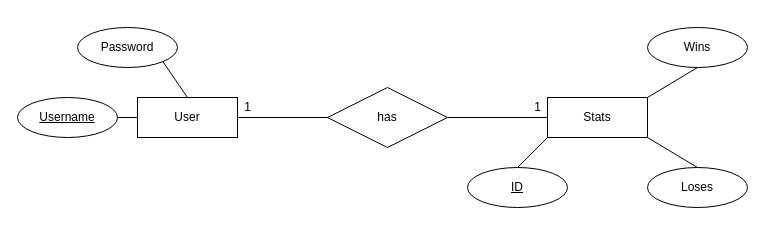
The draw.io diagram ER-Diagram.drawio in MarcusBou/KortKlubben, before the edit. Source tidied: cells renumbered, new cells numbered last; positions are measured from the earlier drawing's top-left corner, leaving out a move shared by most shapes. Both pictures are drawn from the tidied source at 100%, with x=0, y=0 at pixel (17, 27).
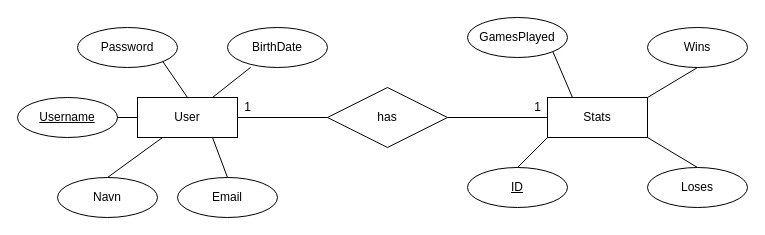
The same page after the edit.

Unchanged cells that the change refers to:
```xml
<mxCell id="2" value="User" style="whiteSpace=wrap;html=1;align=center;" parent="1" vertex="1">
  <mxGeometry x="120" y="70" width="100" height="40" as="geometry" />
</mxCell>
<mxCell id="7" value="Stats" style="whiteSpace=wrap;html=1;align=center;" parent="1" vertex="1">
  <mxGeometry x="530" y="70" width="100" height="40" as="geometry" />
</mxCell>
```

Change to the diagram source:
```diff
@@
+    <mxCell id="19" value="Navn" style="ellipse;whiteSpace=wrap;html=1;align=center;" parent="1" vertex="1">
+      <mxGeometry x="40" y="150" width="100" height="40" as="geometry" />
+    </mxCell>
+    <mxCell id="20" value="Email" style="ellipse;whiteSpace=wrap;html=1;align=center;" parent="1" vertex="1">
+      <mxGeometry x="160" y="150" width="100" height="40" as="geometry" />
+    </mxCell>
+    <mxCell id="21" value="BirthDate" style="ellipse;whiteSpace=wrap;html=1;align=center;" parent="1" vertex="1">
+      <mxGeometry x="210" width="100" height="40" as="geometry" />
+    </mxCell>
+    <mxCell id="22" style="endArrow=none;html=1;exitX=0.232;exitY=0.995;exitDx=0;exitDy=0;exitPerimeter=0;entryX=0.75;entryY=0;entryDx=0;entryDy=0;endFill=0;" parent="1" edge="1" source="21" target="2">
+      <mxGeometry relative="1" as="geometry" />
+    </mxCell>
+    <mxCell id="23" style="endArrow=none;html=1;exitX=0.5;exitY=0;exitDx=0;exitDy=0;entryX=0.75;entryY=1;entryDx=0;entryDy=0;endFill=0;" parent="1" edge="1" source="20" target="2">
+      <mxGeometry relative="1" as="geometry" />
+    </mxCell>
+    <mxCell id="24" style="endArrow=none;html=1;exitX=0.5;exitY=0;exitDx=0;exitDy=0;entryX=0.25;entryY=1;entryDx=0;entryDy=0;endFill=0;" parent="1" edge="1" source="19" target="2">
+      <mxGeometry relative="1" as="geometry" />
+    </mxCell>
+    <mxCell id="25" value="GamesPlayed" style="ellipse;whiteSpace=wrap;html=1;align=center;" parent="1" vertex="1">
+      <mxGeometry x="450" y="-10" width="100" height="40" as="geometry" />
+    </mxCell>
+    <mxCell id="26" style="endArrow=none;html=1;exitX=1;exitY=1;exitDx=0;exitDy=0;entryX=0.25;entryY=0;entryDx=0;entryDy=0;endFill=0;" parent="1" edge="1" source="25" target="7">
+      <mxGeometry relative="1" as="geometry" />
+    </mxCell>
```
